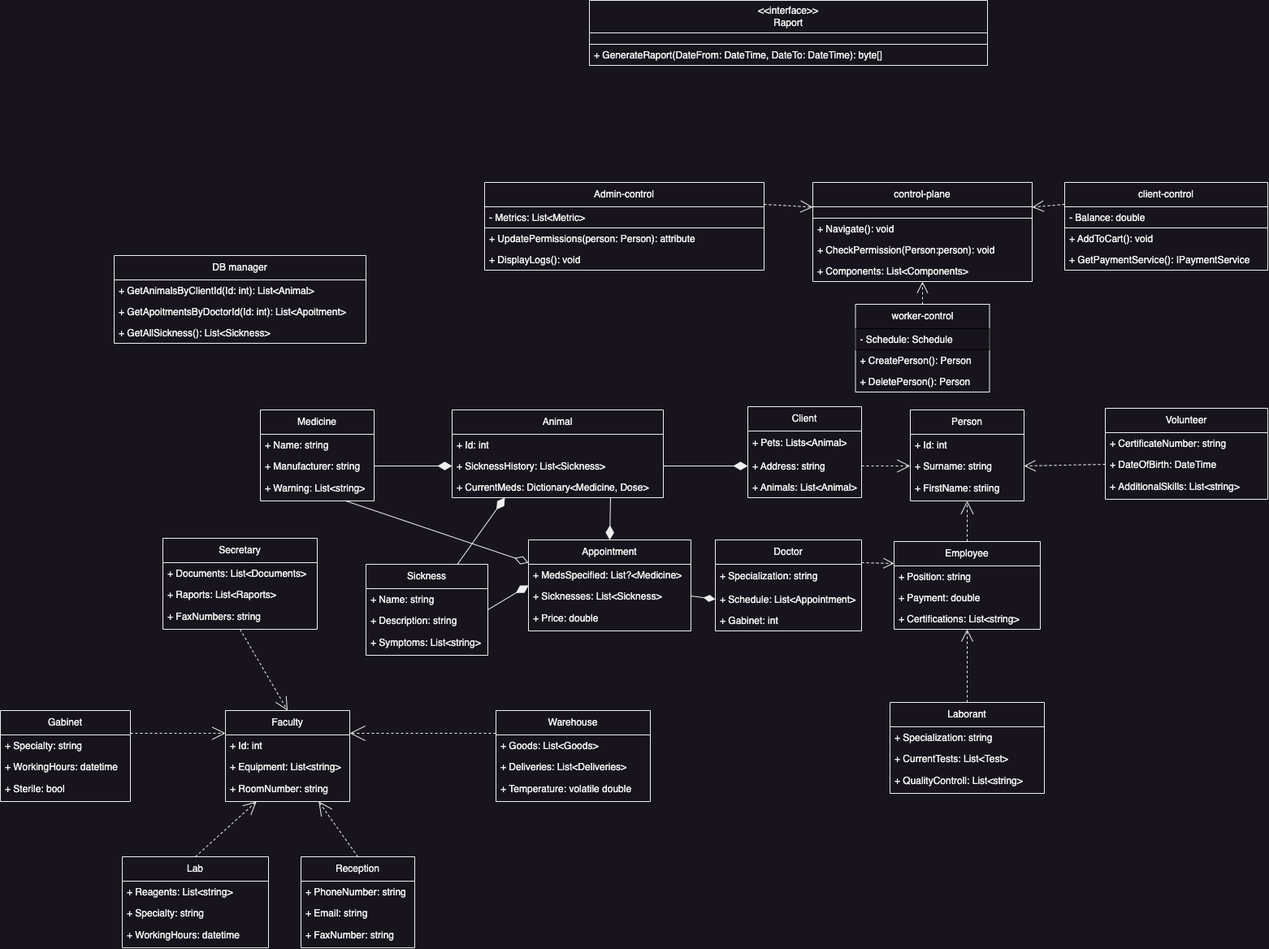
This is Imgaes/Class_diagram.png from MarekMichali/vet-clinic, a draw.io export, as it was before one commit. Source tidied: cells renumbered, new cells last; positions are measured from the earlier drawing's top-left corner, leaving out a move shared by most shapes.
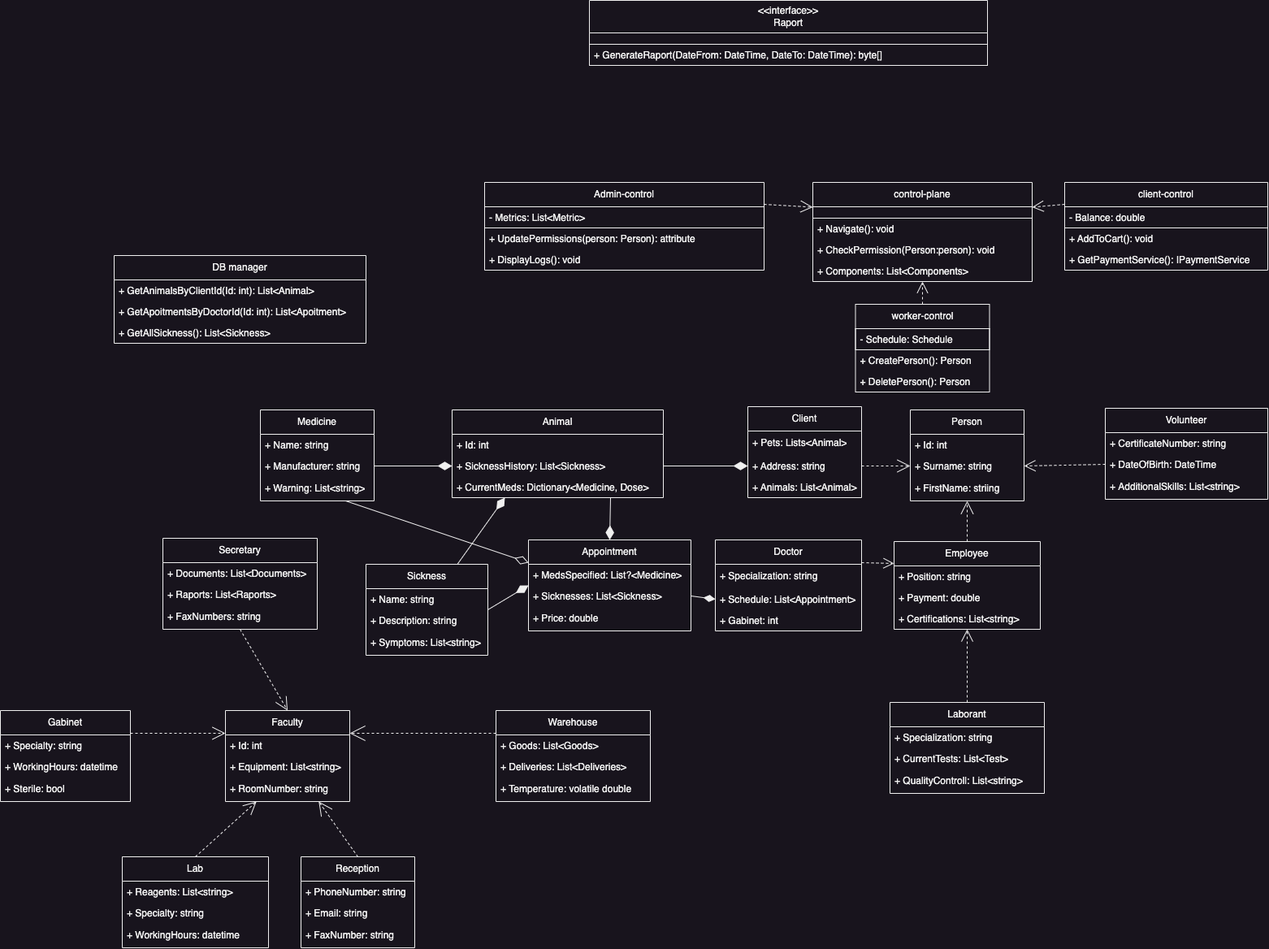
Later version of the same file.

Commit message:
Update class diagram

The edit, as a diff of the source:
```diff
@@ -284,7 +284,7 @@
     <mxCell id="95" value="worker-control" style="swimlane;fontStyle=0;horizontal=1;startSize=30;whiteSpace=wrap;html=1;fillColor=#18141D;strokeColor=#F0F0F0;fontColor=#F0F0F0;labelBackgroundColor=none;" parent="1" vertex="1">
       <mxGeometry x="1052.5" y="374" width="165" height="108" as="geometry" />
     </mxCell>
-    <mxCell id="96" value="- Schedule: Schedule" style="text;strokeColor=default;fillColor=none;align=left;verticalAlign=top;spacingLeft=4;spacingRight=4;overflow=hidden;fontColor=#F0F0F0;labelBackgroundColor=none;" parent="95" vertex="1">
+    <mxCell id="96" value="- Schedule: Schedule" style="text;strokeColor=#F0F0F0;fillColor=none;align=left;verticalAlign=top;spacingLeft=4;spacingRight=4;overflow=hidden;fontColor=#F0F0F0;labelBackgroundColor=none;" parent="95" vertex="1">
       <mxGeometry y="30" width="165" height="26" as="geometry" />
     </mxCell>
     <mxCell id="97" value="+ CreatePerson(): Person " style="text;strokeColor=none;fillColor=none;align=left;verticalAlign=top;spacingLeft=4;spacingRight=4;overflow=hidden;fontColor=#F0F0F0;labelBackgroundColor=none;" parent="95" vertex="1">
```
